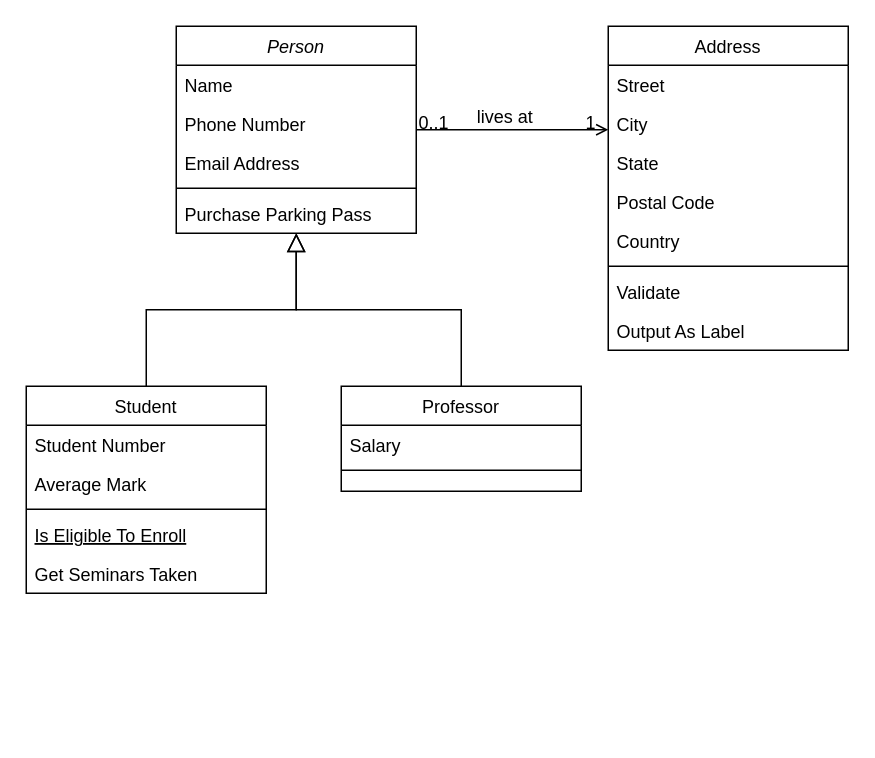
SzhIsCb/Data-Structures-and-Algorithms keeps this draw.io diagram as 面试题/未命名绘图.drawio. Above is the earlier version. Source tidied: cells renumbered, new cells numbered last; positions are measured from the earlier drawing's top-left corner, leaving out a move shared by most shapes. Both pictures are drawn from the tidied source at 150%, with x=0, y=0 at pixel (26, 26).
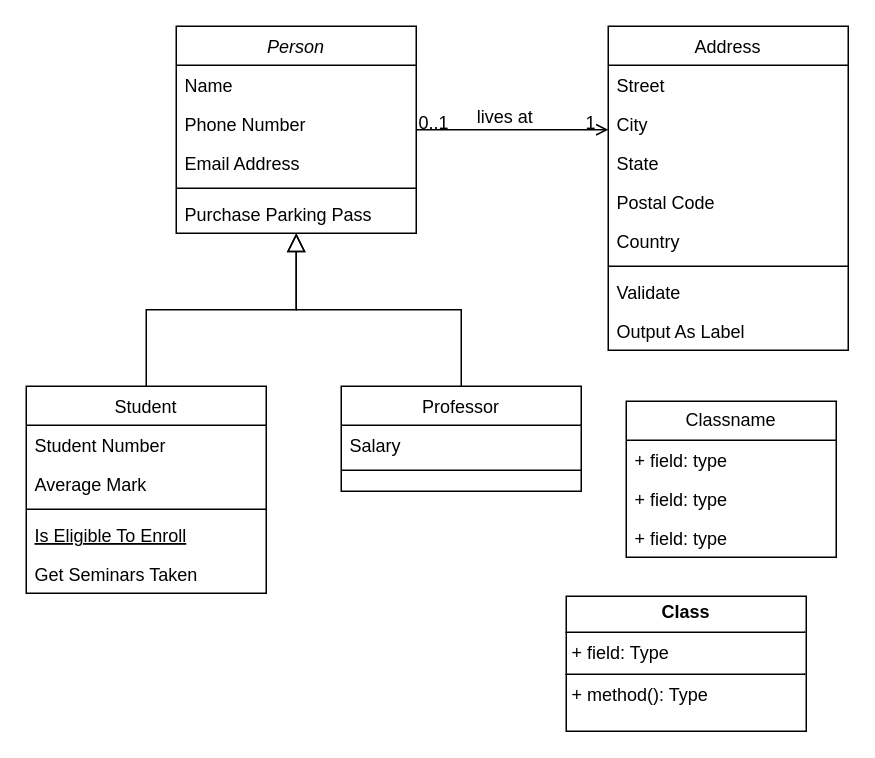
Above is the later version.

What changed in the source:
```diff
@@
+    <mxCell id="32" value="Classname" style="swimlane;fontStyle=0;horizontal=1;startSize=26;fillColor=none;whiteSpace=wrap;html=1;" parent="1" vertex="1">
+      <mxGeometry x="400" y="250" width="140" height="104" as="geometry" />
+    </mxCell>
+    <mxCell id="33" value="+ field: type" style="text;strokeColor=none;fillColor=none;align=left;verticalAlign=top;spacingLeft=4;spacingRight=4;overflow=hidden;whiteSpace=wrap;html=1;" parent="32" vertex="1">
+      <mxGeometry y="26" width="140" height="26" as="geometry" />
+    </mxCell>
+    <mxCell id="34" value="+ field: type" style="text;strokeColor=none;fillColor=none;align=left;verticalAlign=top;spacingLeft=4;spacingRight=4;overflow=hidden;whiteSpace=wrap;html=1;" parent="32" vertex="1">
+      <mxGeometry y="52" width="140" height="26" as="geometry" />
+    </mxCell>
+    <mxCell id="35" value="+ field: type" style="text;strokeColor=none;fillColor=none;align=left;verticalAlign=top;spacingLeft=4;spacingRight=4;overflow=hidden;whiteSpace=wrap;html=1;" parent="32" vertex="1">
+      <mxGeometry y="78" width="140" height="26" as="geometry" />
+    </mxCell>
+    <mxCell id="36" value="&lt;p style=&quot;margin:0px;margin-top:4px;text-align:center;&quot;&gt;&lt;b&gt;Class&lt;/b&gt;&lt;/p&gt;&lt;hr size=&quot;1&quot; style=&quot;border-style:solid;&quot;/&gt;&lt;p style=&quot;margin:0px;margin-left:4px;&quot;&gt;+ field: Type&lt;/p&gt;&lt;hr size=&quot;1&quot; style=&quot;border-style:solid;&quot;/&gt;&lt;p style=&quot;margin:0px;margin-left:4px;&quot;&gt;+ method(): Type&lt;/p&gt;" style="verticalAlign=top;align=left;overflow=fill;html=1;whiteSpace=wrap;" parent="1" vertex="1">
+      <mxGeometry x="360" y="380" width="160" height="90" as="geometry" />
+    </mxCell>
```
